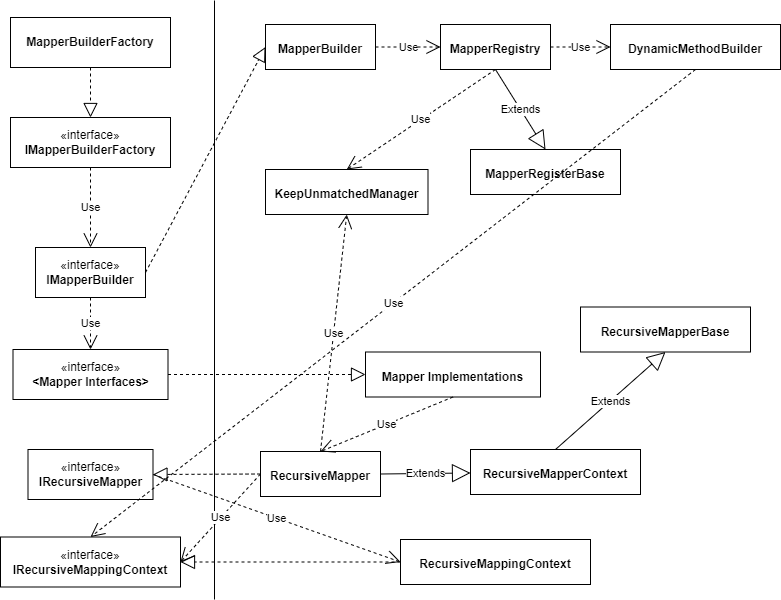
Before: Document/ProgramStructure.png, a diagram exported from draw.io (keeper013/Oasis.EFMapper). Source tidied: cells renumbered, new cells last; positions are measured from the earlier drawing's top-left corner, leaving out a move shared by most shapes.
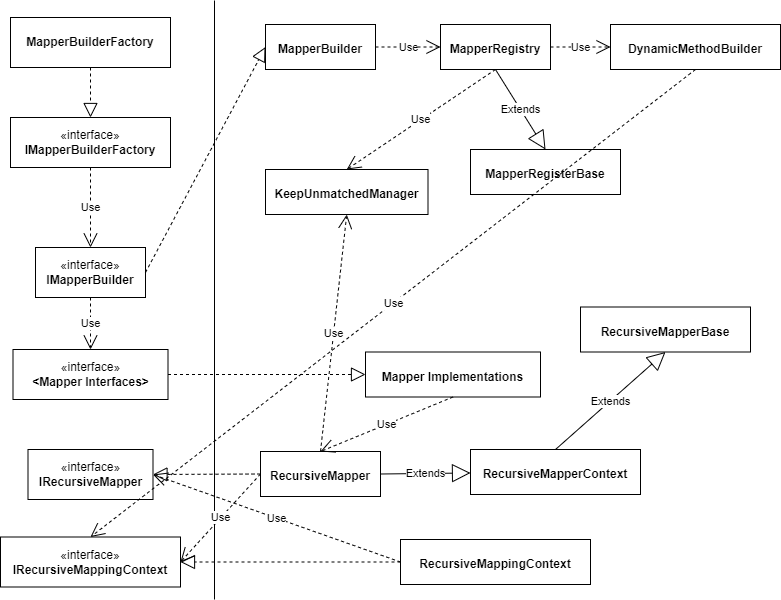
After the change.

Commit message:
program structure updated

Change to the diagram source:
```diff
@@ -104,7 +104,7 @@
     <mxCell id="35" value="Use" style="endArrow=open;endSize=12;dashed=1;html=1;rounded=0;exitX=0;exitY=0.5;exitDx=0;exitDy=0;entryX=1;entryY=0.5;entryDx=0;entryDy=0;" parent="1" edge="1" source="13" target="17">
       <mxGeometry relative="1" as="geometry" />
     </mxCell>
-    <mxCell id="36" value="Use" style="endArrow=open;endSize=12;dashed=1;html=1;rounded=0;exitX=1;exitY=0.5;exitDx=0;exitDy=0;entryX=0;entryY=0.5;entryDx=0;entryDy=0;" parent="1" edge="1" source="14" target="16">
+    <mxCell id="36" value="Use" style="endArrow=open;endSize=12;dashed=1;html=1;rounded=0;entryX=1;entryY=0.5;entryDx=0;entryDy=0;exitX=0;exitY=0.5;exitDx=0;exitDy=0;" parent="1" edge="1" source="16" target="14">
       <mxGeometry relative="1" as="geometry" />
     </mxCell>
   </root>
```
